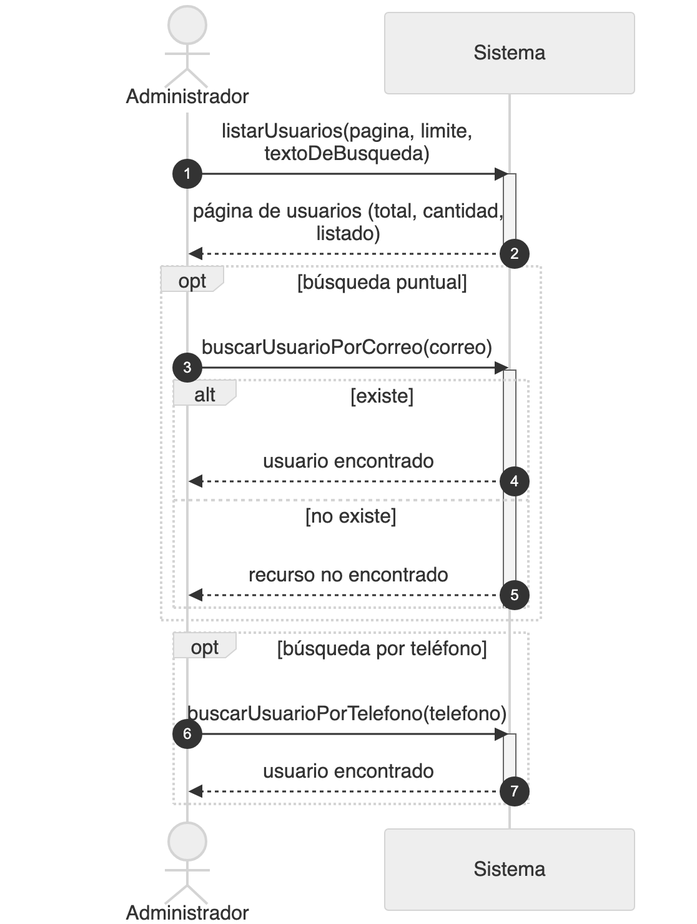
This is diagramas/png/DSS_CU-083_Buscar-Listar-Usuarios.png from Nahuelito-Dev/splg-docs, a Mermaid export, as it was before one commit. Its source is kept beside it as diagramas/DSS_CU-083_Buscar-Listar-Usuarios.mmd. Source of this version:
```mermaid
sequenceDiagram
    title DSS — CU-083 Buscar Listar Usuarios
    autonumber
    actor ADM as Administrador
    participant SIS as Sistema

    ADM->>SIS: listarUsuarios(pagina, limite, textoDeBusqueda)
    activate SIS
    SIS-->>ADM: página de usuarios (total, cantidad, listado)
    deactivate SIS

    opt búsqueda puntual
        ADM->>SIS: buscarUsuarioPorCorreo(correo)
        activate SIS
        alt existe
            SIS-->>ADM: usuario encontrado
        else no existe
            SIS-->>ADM: recurso no encontrado
        end
        deactivate SIS
    end

    opt búsqueda por teléfono
        ADM->>SIS: buscarUsuarioPorTelefono(telefono)
        activate SIS
        SIS-->>ADM: usuario encontrado
        deactivate SIS
    end
```
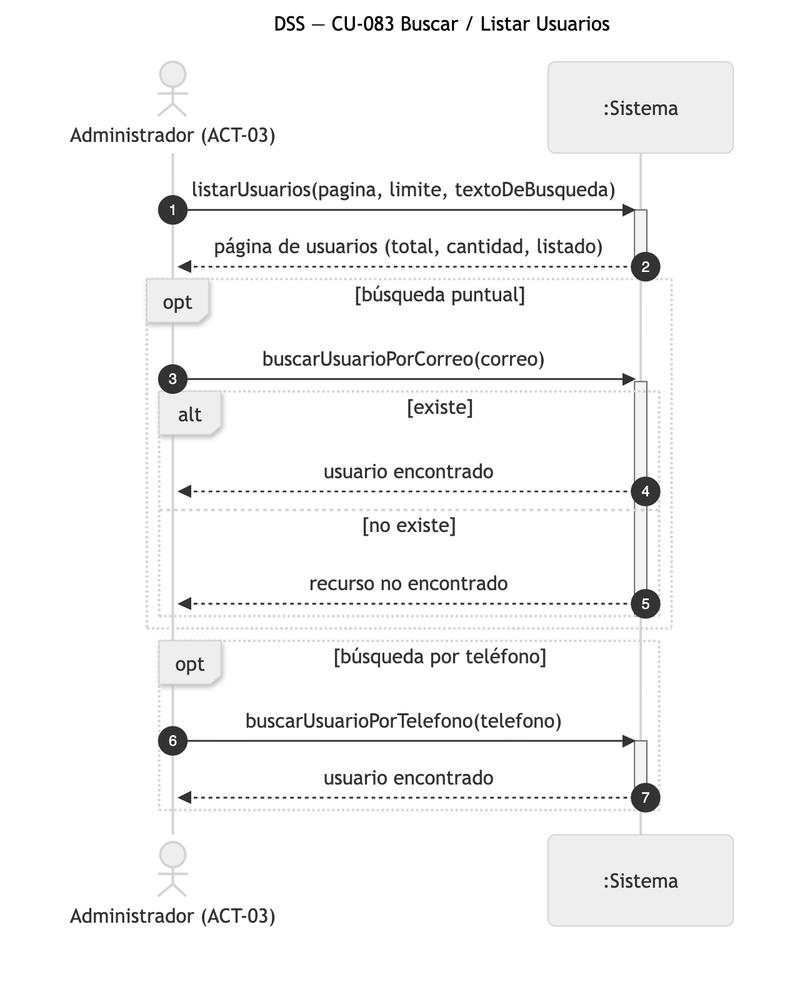
The same file after the commit.

Diff of the diagram source:
```diff
@@ -1,8 +1,8 @@
 sequenceDiagram
-    title DSS — CU-083 Buscar Listar Usuarios
+    title DSS — CU-083 Buscar / Listar Usuarios
     autonumber
-    actor ADM as Administrador
-    participant SIS as Sistema
+    actor ADM as Administrador (ACT-03)
+    participant SIS as :Sistema
 
     ADM->>SIS: listarUsuarios(pagina, limite, textoDeBusqueda)
     activate SIS
```
